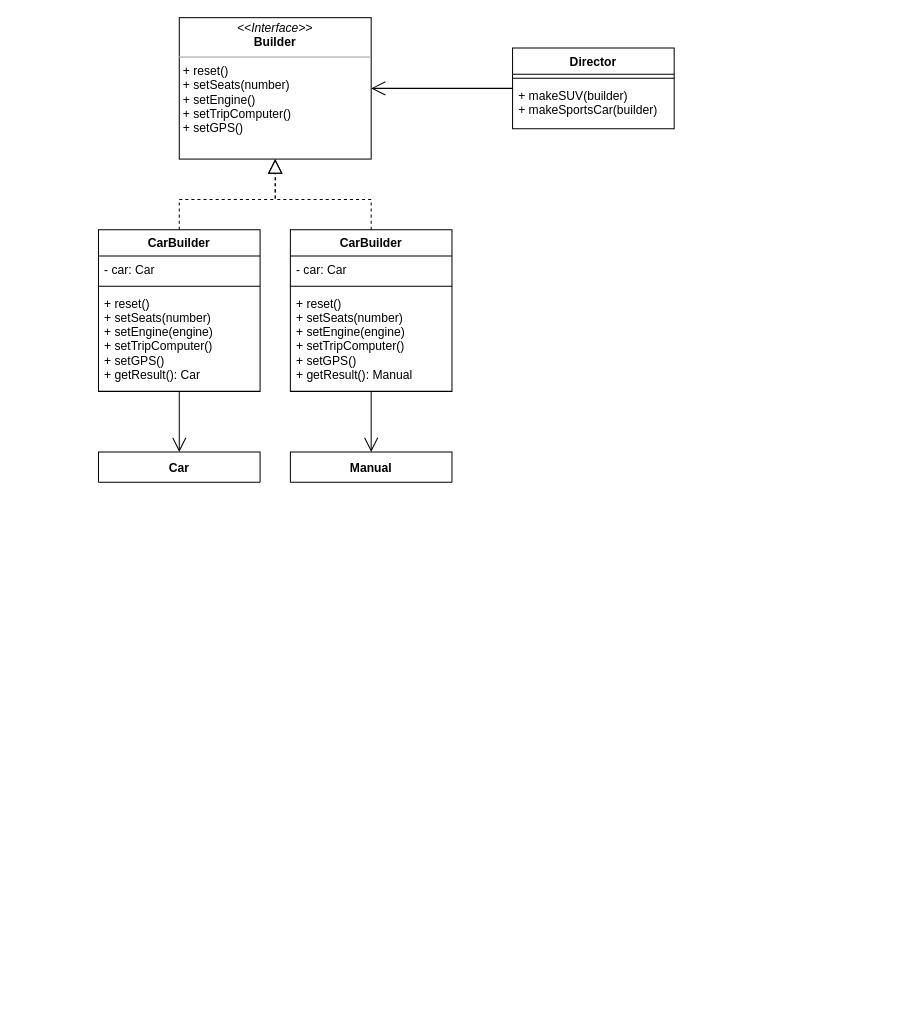
Before: page "Builder" (3 of 5) of patrones_creacionales/Diagrama sin título.drawio in estebansalas18/Patrones-GoF, a draw.io diagram. Source tidied: cells renumbered, new cells numbered last; positions are measured from the earlier drawing's top-left corner, leaving out a move shared by most shapes. Both pictures are drawn from the tidied source at 101%, with x=0, y=0 at pixel (98, 17).
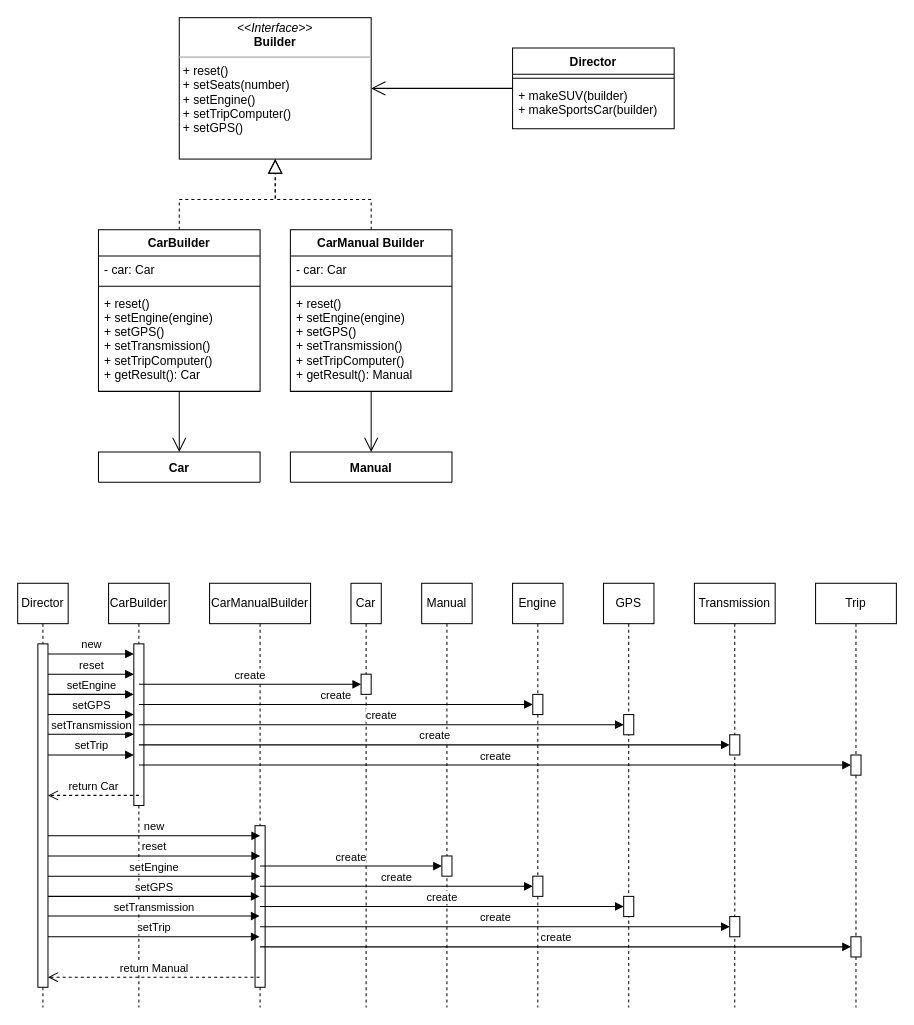
The same page after the edit.

The change refers to these unchanged cells:
```xml
<mxCell id="8" value="CarBuilder" style="swimlane;fontStyle=1;align=center;verticalAlign=top;horizontal=1;startSize=26;" parent="1" vertex="1">
  <mxGeometry y="210" width="160" height="160" as="geometry" />
</mxCell>
```

Diff of the diagram source:
```diff
@@
-    <mxCell id="11" value="+ reset()&#10;+ setSeats(number)&#10;+ setEngine(engine)&#10;+ setTripComputer()&#10;+ setGPS()&#10;+ getResult(): Car" style="text;strokeColor=none;fillColor=none;align=left;verticalAlign=top;spacingLeft=4;spacingRight=4;overflow=hidden;" parent="8" vertex="1">
+    <mxCell id="11" value="+ reset()&#10;+ setEngine(engine)&#10;+ setGPS()&#10;+ setTransmission()&#10;+ setTripComputer()&#10;+ getResult(): Car" style="text;strokeColor=none;fillColor=none;align=left;verticalAlign=top;spacingLeft=4;spacingRight=4;overflow=hidden;" parent="8" vertex="1">
       <mxGeometry y="60" width="160" height="100" as="geometry" />
     </mxCell>
@@
-    <mxCell id="14" value="CarBuilder" style="swimlane;fontStyle=1;align=center;verticalAlign=top;horizontal=1;startSize=26;" parent="1" vertex="1">
+    <mxCell id="14" value="CarManual Builder" style="swimlane;fontStyle=1;align=center;verticalAlign=top;horizontal=1;startSize=26;" parent="1" vertex="1">
       <mxGeometry x="190" y="210" width="160" height="160" as="geometry" />
     </mxCell>
@@
-    <mxCell id="17" value="+ reset()&#10;+ setSeats(number)&#10;+ setEngine(engine)&#10;+ setTripComputer()&#10;+ setGPS()&#10;+ getResult(): Manual" style="text;strokeColor=none;fillColor=none;align=left;verticalAlign=top;spacingLeft=4;spacingRight=4;overflow=hidden;" parent="14" vertex="1">
+    <mxCell id="17" value="+ reset()&#10;+ setEngine(engine)&#10;+ setGPS()&#10;+ setTransmission()&#10;+ setTripComputer()&#10;+ getResult(): Manual" style="text;strokeColor=none;fillColor=none;align=left;verticalAlign=top;spacingLeft=4;spacingRight=4;overflow=hidden;" parent="14" vertex="1">
       <mxGeometry y="60" width="160" height="100" as="geometry" />
     </mxCell>
@@
+    <mxCell id="21" value="Director" style="shape=umlLifeline;perimeter=lifelinePerimeter;whiteSpace=wrap;html=1;" parent="1" vertex="1">
+      <mxGeometry x="-80" y="560" width="50" height="420" as="geometry" />
+    </mxCell>
+    <mxCell id="22" style="html=1;perimeter=orthogonalPerimeter;" parent="21" vertex="1">
+      <mxGeometry x="20" y="60" width="10" height="340" as="geometry" />
+    </mxCell>
+    <mxCell id="23" value="new" style="html=1;verticalAlign=bottom;endArrow=block;rounded=0;" parent="21" edge="1" target="26">
+      <mxGeometry relative="1" as="geometry">
+        <mxPoint x="30" y="70" as="sourcePoint" />
+      </mxGeometry>
+    </mxCell>
+    <mxCell id="24" value="setEngine" style="html=1;verticalAlign=bottom;endArrow=block;rounded=0;" parent="21" edge="1">
+      <mxGeometry relative="1" as="geometry">
+        <mxPoint x="30" y="110" as="sourcePoint" />
+        <mxPoint x="115" y="110" as="targetPoint" />
+      </mxGeometry>
+    </mxCell>
+    <mxCell id="25" value="CarBuilder" style="shape=umlLifeline;perimeter=lifelinePerimeter;whiteSpace=wrap;html=1;" parent="1" vertex="1">
+      <mxGeometry x="10" y="560" width="60" height="420" as="geometry" />
+    </mxCell>
+    <mxCell id="26" style="html=1;points=[];perimeter=orthogonalPerimeter;" parent="25" vertex="1">
+      <mxGeometry x="25" y="60" width="10" height="160" as="geometry" />
+    </mxCell>
+    <mxCell id="27" value="setTransmission" style="html=1;verticalAlign=bottom;endArrow=block;rounded=0;" parent="25" edge="1">
+      <mxGeometry relative="1" as="geometry">
+        <mxPoint x="-60" y="149.5" as="sourcePoint" />
+        <mxPoint x="25" y="149.5" as="targetPoint" />
+      </mxGeometry>
+    </mxCell>
+    <mxCell id="28" value="setTrip" style="html=1;verticalAlign=bottom;endArrow=block;rounded=0;" parent="25" edge="1">
+      <mxGeometry relative="1" as="geometry">
+        <mxPoint x="-60" y="170" as="sourcePoint" />
+        <mxPoint x="25" y="170" as="targetPoint" />
+      </mxGeometry>
+    </mxCell>
+    <mxCell id="29" value="return Car" style="html=1;verticalAlign=bottom;endArrow=open;dashed=1;endSize=8;rounded=0;" parent="25" edge="1">
+      <mxGeometry relative="1" as="geometry">
+        <mxPoint x="30" y="210" as="sourcePoint" />
+        <mxPoint x="-60" y="210" as="targetPoint" />
+      </mxGeometry>
+    </mxCell>
+    <mxCell id="30" value="CarManualBuilder" style="shape=umlLifeline;perimeter=lifelinePerimeter;whiteSpace=wrap;html=1;outlineConnect=0;" parent="1" vertex="1">
+      <mxGeometry x="110" y="560" width="100" height="420" as="geometry" />
+    </mxCell>
+    <mxCell id="31" style="html=1;points=[];perimeter=orthogonalPerimeter;" parent="30" vertex="1">
+      <mxGeometry x="45" y="240" width="10" height="160" as="geometry" />
+    </mxCell>
+    <mxCell id="32" value="Car" style="shape=umlLifeline;perimeter=lifelinePerimeter;whiteSpace=wrap;html=1;" parent="1" vertex="1">
+      <mxGeometry x="250" y="560" width="30" height="420" as="geometry" />
+    </mxCell>
+    <mxCell id="33" style="html=1;points=[];perimeter=orthogonalPerimeter;" parent="32" vertex="1">
+      <mxGeometry x="10" y="90" width="10" height="20" as="geometry" />
+    </mxCell>
+    <mxCell id="34" value="create" style="html=1;verticalAlign=bottom;endArrow=block;rounded=0;" parent="32" edge="1" target="39">
+      <mxGeometry relative="1" as="geometry">
+        <mxPoint x="-210" y="120" as="sourcePoint" />
+      </mxGeometry>
+    </mxCell>
+    <mxCell id="35" value="create" style="html=1;verticalAlign=bottom;endArrow=block;rounded=0;" parent="32" edge="1" target="42">
+      <mxGeometry relative="1" as="geometry">
+        <mxPoint x="-210" y="140" as="sourcePoint" />
+      </mxGeometry>
+    </mxCell>
+    <mxCell id="36" value="Manual" style="shape=umlLifeline;perimeter=lifelinePerimeter;whiteSpace=wrap;html=1;" parent="1" vertex="1">
+      <mxGeometry x="320" y="560" width="50" height="420" as="geometry" />
+    </mxCell>
+    <mxCell id="37" style="html=1;points=[];perimeter=orthogonalPerimeter;" parent="36" vertex="1">
+      <mxGeometry x="20" y="270" width="10" height="20" as="geometry" />
+    </mxCell>
+    <mxCell id="38" value="Engine" style="shape=umlLifeline;perimeter=lifelinePerimeter;whiteSpace=wrap;html=1;" parent="1" vertex="1">
+      <mxGeometry x="410" y="560" width="50" height="420" as="geometry" />
+    </mxCell>
+    <mxCell id="39" style="html=1;points=[];perimeter=orthogonalPerimeter;" parent="38" vertex="1">
+      <mxGeometry x="20" y="110" width="10" height="20" as="geometry" />
+    </mxCell>
+    <mxCell id="40" style="html=1;points=[];perimeter=orthogonalPerimeter;" parent="38" vertex="1">
+      <mxGeometry x="20" y="290" width="10" height="20" as="geometry" />
+    </mxCell>
+    <mxCell id="41" value="GPS" style="shape=umlLifeline;perimeter=lifelinePerimeter;whiteSpace=wrap;html=1;" parent="1" vertex="1">
+      <mxGeometry x="500" y="560" width="50" height="420" as="geometry" />
+    </mxCell>
+    <mxCell id="42" style="html=1;points=[];perimeter=orthogonalPerimeter;" parent="41" vertex="1">
+      <mxGeometry x="20" y="130" width="10" height="20" as="geometry" />
+    </mxCell>
+    <mxCell id="43" value="create" style="html=1;verticalAlign=bottom;endArrow=block;rounded=0;" parent="41" edge="1" target="47">
+      <mxGeometry relative="1" as="geometry">
+        <mxPoint x="-460" y="160" as="sourcePoint" />
+      </mxGeometry>
+    </mxCell>
+    <mxCell id="44" value="create" style="html=1;verticalAlign=bottom;endArrow=block;rounded=0;" parent="41" edge="1" target="50">
+      <mxGeometry relative="1" as="geometry">
+        <mxPoint x="-460" y="180" as="sourcePoint" />
+      </mxGeometry>
+    </mxCell>
+    <mxCell id="45" style="html=1;points=[];perimeter=orthogonalPerimeter;" parent="41" vertex="1">
+      <mxGeometry x="20" y="310" width="10" height="20" as="geometry" />
+    </mxCell>
+    <mxCell id="46" value="Transmission" style="shape=umlLifeline;perimeter=lifelinePerimeter;whiteSpace=wrap;html=1;" parent="1" vertex="1">
+      <mxGeometry x="590" y="560" width="80" height="420" as="geometry" />
+    </mxCell>
+    <mxCell id="47" style="html=1;points=[];perimeter=orthogonalPerimeter;" parent="46" vertex="1">
+      <mxGeometry x="35" y="150" width="10" height="20" as="geometry" />
+    </mxCell>
+    <mxCell id="48" style="html=1;points=[];perimeter=orthogonalPerimeter;" parent="46" vertex="1">
+      <mxGeometry x="35" y="330" width="10" height="20" as="geometry" />
+    </mxCell>
+    <mxCell id="49" value="Trip" style="shape=umlLifeline;perimeter=lifelinePerimeter;whiteSpace=wrap;html=1;" parent="1" vertex="1">
+      <mxGeometry x="710" y="560" width="80" height="420" as="geometry" />
+    </mxCell>
+    <mxCell id="50" style="html=1;points=[];perimeter=orthogonalPerimeter;" parent="49" vertex="1">
+      <mxGeometry x="35" y="170" width="10" height="20" as="geometry" />
+    </mxCell>
+    <mxCell id="51" style="html=1;points=[];perimeter=orthogonalPerimeter;" parent="49" vertex="1">
+      <mxGeometry x="35" y="350" width="10" height="20" as="geometry" />
+    </mxCell>
+    <mxCell id="52" value="reset" style="html=1;verticalAlign=bottom;endArrow=block;rounded=0;" parent="1" edge="1">
+      <mxGeometry relative="1" as="geometry">
+        <mxPoint x="-50" y="650" as="sourcePoint" />
+        <mxPoint x="35" y="650" as="targetPoint" />
+      </mxGeometry>
+    </mxCell>
+    <mxCell id="53" value="setGPS" style="html=1;verticalAlign=bottom;endArrow=block;rounded=0;" parent="1" edge="1">
+      <mxGeometry relative="1" as="geometry">
+        <mxPoint x="-50" y="690" as="sourcePoint" />
+        <mxPoint x="35" y="690" as="targetPoint" />
+      </mxGeometry>
+    </mxCell>
+    <mxCell id="54" value="new" style="html=1;verticalAlign=bottom;endArrow=block;rounded=0;" parent="1" edge="1">
+      <mxGeometry relative="1" as="geometry">
+        <mxPoint x="-50" y="810" as="sourcePoint" />
+        <mxPoint x="160" y="810" as="targetPoint" />
+      </mxGeometry>
+    </mxCell>
+    <mxCell id="55" value="setEngine" style="html=1;verticalAlign=bottom;endArrow=block;rounded=0;entryX=0.5;entryY=0.313;entryDx=0;entryDy=0;entryPerimeter=0;" parent="1" edge="1" target="31">
+      <mxGeometry relative="1" as="geometry">
+        <mxPoint x="-50" y="850" as="sourcePoint" />
+      </mxGeometry>
+    </mxCell>
+    <mxCell id="56" value="setTransmission" style="html=1;verticalAlign=bottom;endArrow=block;rounded=0;" parent="1" edge="1" target="30">
+      <mxGeometry relative="1" as="geometry">
+        <mxPoint x="-50" y="889.5" as="sourcePoint" />
+      </mxGeometry>
+    </mxCell>
+    <mxCell id="57" value="setTrip" style="html=1;verticalAlign=bottom;endArrow=block;rounded=0;" parent="1" edge="1" target="30">
+      <mxGeometry relative="1" as="geometry">
+        <mxPoint x="-50" y="910" as="sourcePoint" />
+      </mxGeometry>
+    </mxCell>
+    <mxCell id="58" value="return Manual" style="html=1;verticalAlign=bottom;endArrow=open;dashed=1;endSize=8;rounded=0;" parent="1" edge="1" source="30">
+      <mxGeometry relative="1" as="geometry">
+        <mxPoint x="-50" y="950" as="targetPoint" />
+      </mxGeometry>
+    </mxCell>
+    <mxCell id="59" value="reset" style="html=1;verticalAlign=bottom;endArrow=block;rounded=0;" parent="1" edge="1">
+      <mxGeometry relative="1" as="geometry">
+        <mxPoint x="-50" y="830" as="sourcePoint" />
+        <mxPoint x="160" y="830" as="targetPoint" />
+      </mxGeometry>
+    </mxCell>
+    <mxCell id="60" value="setGPS" style="html=1;verticalAlign=bottom;endArrow=block;rounded=0;" parent="1" edge="1" target="30">
+      <mxGeometry relative="1" as="geometry">
+        <mxPoint x="-50" y="870" as="sourcePoint" />
+      </mxGeometry>
+    </mxCell>
+    <mxCell id="61" value="create" style="html=1;verticalAlign=bottom;endArrow=block;rounded=0;" parent="1" edge="1" target="33">
+      <mxGeometry relative="1" as="geometry">
+        <mxPoint x="40" y="660" as="sourcePoint" />
+      </mxGeometry>
+    </mxCell>
+    <mxCell id="62" value="create" style="html=1;verticalAlign=bottom;endArrow=block;rounded=0;" parent="1" edge="1" target="40">
+      <mxGeometry relative="1" as="geometry">
+        <mxPoint x="160" y="860" as="sourcePoint" />
+      </mxGeometry>
+    </mxCell>
+    <mxCell id="63" value="create" style="html=1;verticalAlign=bottom;endArrow=block;rounded=0;" parent="1" edge="1" target="45">
+      <mxGeometry relative="1" as="geometry">
+        <mxPoint x="160" y="880" as="sourcePoint" />
+      </mxGeometry>
+    </mxCell>
+    <mxCell id="64" value="create" style="html=1;verticalAlign=bottom;endArrow=block;rounded=0;" parent="1" edge="1" target="48">
+      <mxGeometry relative="1" as="geometry">
+        <mxPoint x="160" y="900" as="sourcePoint" />
+      </mxGeometry>
+    </mxCell>
+    <mxCell id="65" value="create" style="html=1;verticalAlign=bottom;endArrow=block;rounded=0;" parent="1" edge="1" target="51">
+      <mxGeometry relative="1" as="geometry">
+        <mxPoint x="160" y="920" as="sourcePoint" />
+      </mxGeometry>
+    </mxCell>
+    <mxCell id="66" value="create" style="html=1;verticalAlign=bottom;endArrow=block;rounded=0;" parent="1" edge="1" target="37">
+      <mxGeometry relative="1" as="geometry">
+        <mxPoint x="160" y="840" as="sourcePoint" />
+      </mxGeometry>
+    </mxCell>
```
